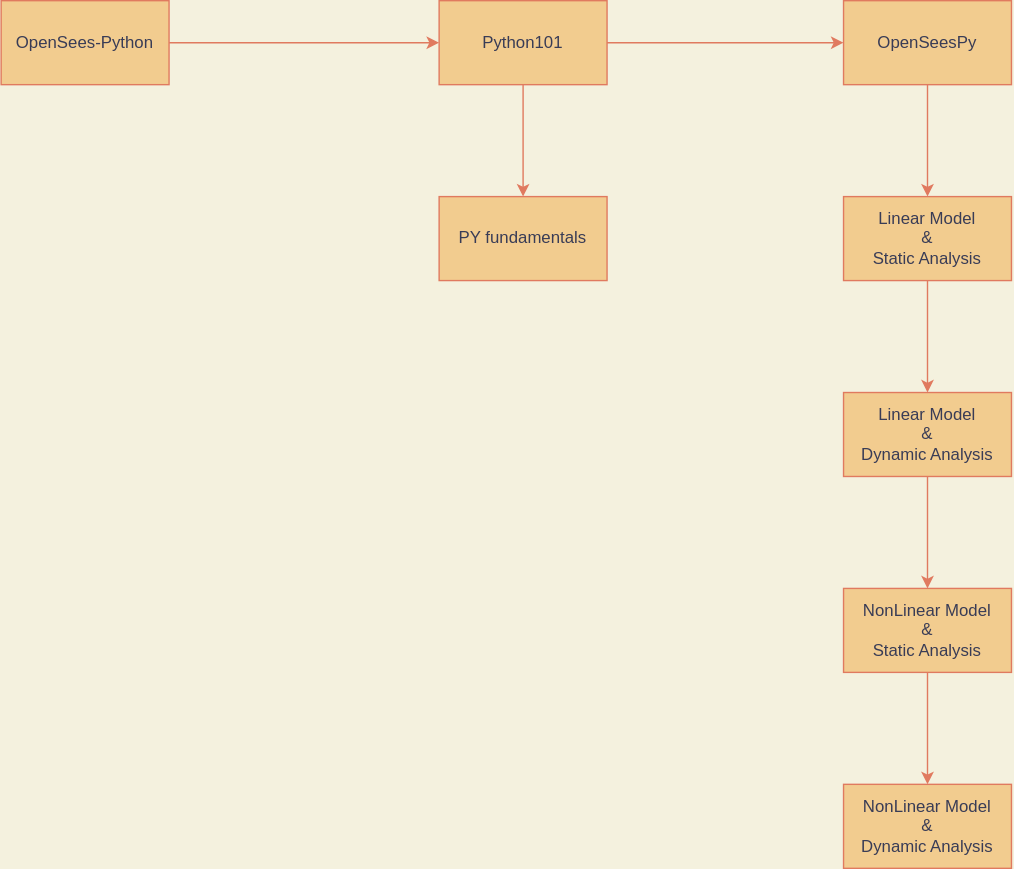
Above: Python-OpenSeesPy/img/aad_OSW-6ICEES.drawio.svg in volkanozsarac/OSW-6ICEES (draw.io), before the change. Source tidied: cells renumbered, new cells last; positions are measured from the earlier drawing's top-left corner, leaving out a move shared by most shapes.
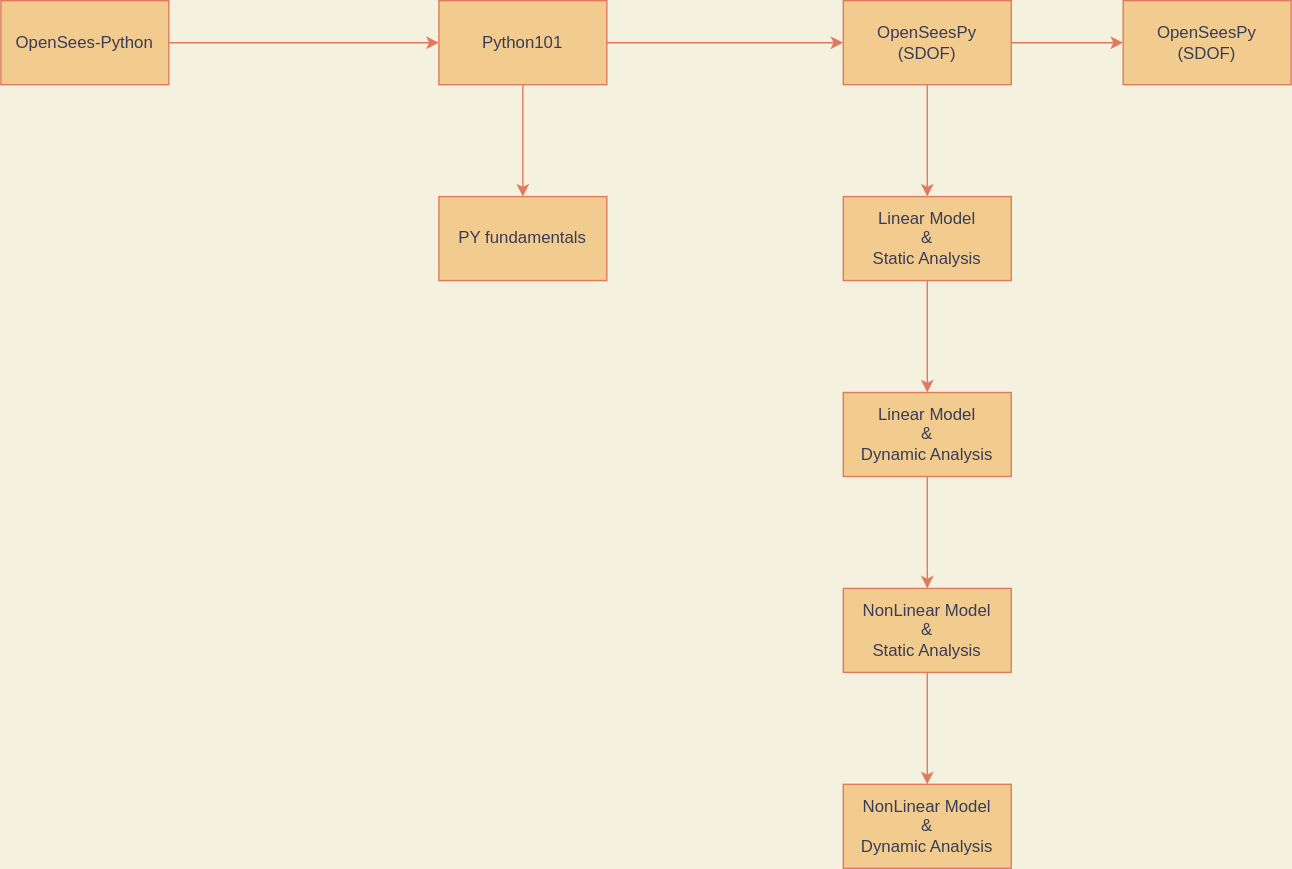
After the commit.

Change to the diagram source:
```diff
@@ -20,7 +20,10 @@
     <mxCell id="7" style="edgeStyle=orthogonalEdgeStyle;curved=0;rounded=1;sketch=0;jettySize=auto;html=1;fontColor=#393C56;strokeColor=#E07A5F;fillColor=#F2CC8F;labelBackgroundColor=#F4F1DE;" parent="1" edge="1" source="8" target="11">
       <mxGeometry relative="1" as="geometry" />
     </mxCell>
+    <mxCell id="17" style="edgeStyle=orthogonalEdgeStyle;curved=0;rounded=1;sketch=0;jettySize=auto;html=1;fontColor=#393C56;strokeColor=#E07A5F;fillColor=#F2CC8F;" parent="1" edge="1" source="8" target="18">
+      <mxGeometry relative="1" as="geometry" />
+    </mxCell>
-    <mxCell id="8" value="OpenSeesPy" style="rounded=0;whiteSpace=wrap;html=1;fillColor=#F2CC8F;strokeColor=#E07A5F;fontColor=#393C56;" parent="1" vertex="1">
+    <mxCell id="8" value="OpenSeesPy&lt;br&gt;(SDOF)" style="rounded=0;whiteSpace=wrap;html=1;fillColor=#F2CC8F;strokeColor=#E07A5F;fontColor=#393C56;" parent="1" vertex="1">
       <mxGeometry x="602" width="120" height="60" as="geometry" />
     </mxCell>
     <mxCell id="9" value="PY fundamentals" style="rounded=0;whiteSpace=wrap;html=1;fillColor=#F2CC8F;strokeColor=#E07A5F;fontColor=#393C56;" parent="1" vertex="1">
@@ -47,5 +50,8 @@
     <mxCell id="16" value="NonLinear Model&lt;br&gt;&amp;amp;&lt;br&gt;Dynamic Analysis" style="rounded=0;whiteSpace=wrap;html=1;fillColor=#F2CC8F;strokeColor=#E07A5F;fontColor=#393C56;" parent="1" vertex="1">
       <mxGeometry x="602" y="560" width="120" height="60" as="geometry" />
     </mxCell>
+    <mxCell id="18" value="OpenSeesPy&lt;br&gt;(SDOF)" style="rounded=0;whiteSpace=wrap;html=1;fillColor=#F2CC8F;strokeColor=#E07A5F;fontColor=#393C56;" parent="1" vertex="1">
+      <mxGeometry x="802" width="120" height="60" as="geometry" />
+    </mxCell>
   </root>
 </mxGraphModel>
```
